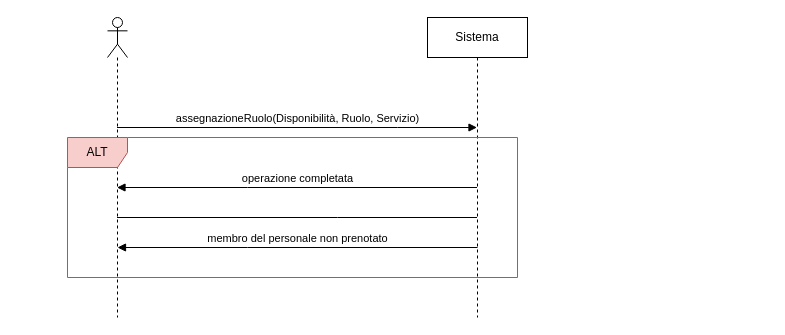
Earlier version of the draw.io diagram Requisiti/SSD/SSD_Estensione_6.drawio (Giacca01/CateRingProject). Source tidied: cells renumbered, new cells numbered last; positions are measured from the earlier drawing's top-left corner, leaving out a move shared by most shapes. Both pictures are drawn from the tidied source at 100%, with x=0, y=0 at pixel (67, 17).
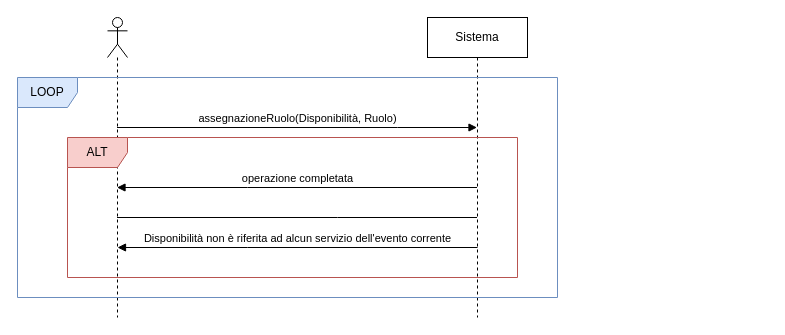
After the change.

Diff of the diagram source:
```diff
@@
 <mxGraphModel>
   <root>
     <mxCell id="0" />
     <mxCell id="1" parent="0" />
     <mxCell id="2" style="shape=umlLifeline;perimeter=lifelinePerimeter;whiteSpace=wrap;html=1;outlineConnect=0;portConstraint=eastwest;newEdgeStyle={&quot;edgeStyle&quot;:&quot;elbowEdgeStyle&quot;,&quot;elbow&quot;:&quot;vertical&quot;,&quot;curved&quot;:0,&quot;rounded&quot;:0};participant=umlActor;" parent="1" vertex="1">
       <mxGeometry x="40" width="20" height="300" as="geometry" />
     </mxCell>
     <mxCell id="3" value="Sistema" style="shape=umlLifeline;perimeter=lifelinePerimeter;whiteSpace=wrap;html=1;outlineConnect=0;portConstraint=eastwest;newEdgeStyle={&quot;edgeStyle&quot;:&quot;elbowEdgeStyle&quot;,&quot;elbow&quot;:&quot;vertical&quot;,&quot;curved&quot;:0,&quot;rounded&quot;:0};" parent="1" vertex="1">
       <mxGeometry x="360" width="100" height="300" as="geometry" />
     </mxCell>
     <mxCell id="4" value="ALT" style="shape=umlFrame;whiteSpace=wrap;html=1;fillColor=#f8cecc;strokeColor=#b85450;" parent="1" vertex="1">
       <mxGeometry y="120" width="450" height="140" as="geometry" />
     </mxCell>
-    <mxCell id="5" value="assegnazioneRuolo(Disponibilità, Ruolo, Servizio)" style="html=1;verticalAlign=bottom;endArrow=block;edgeStyle=elbowEdgeStyle;elbow=vertical;curved=0;rounded=0;" parent="1" edge="1" source="2" target="3">
+    <mxCell id="5" value="assegnazioneRuolo(Disponibilità, Ruolo)" style="html=1;verticalAlign=bottom;endArrow=block;edgeStyle=elbowEdgeStyle;elbow=vertical;curved=0;rounded=0;" parent="1" edge="1" source="2" target="3">
       <mxGeometry relative="1" as="geometry">
         <Array as="points">
           <mxPoint x="330" y="110" />
           <mxPoint x="150" y="120" />
         </Array>
       </mxGeometry>
     </mxCell>
     <mxCell id="6" style="endArrow=none;endFill=0;endSize=12;html=1;rounded=0;" parent="1" edge="1" source="2" target="3">
       <mxGeometry relative="1" as="geometry">
         <Array as="points">
           <mxPoint x="270" y="200" />
         </Array>
       </mxGeometry>
     </mxCell>
     <mxCell id="7" value="operazione completata" style="html=1;verticalAlign=bottom;endArrow=block;edgeStyle=elbowEdgeStyle;elbow=vertical;curved=0;rounded=0;" parent="1" edge="1" source="3" target="2">
       <mxGeometry relative="1" as="geometry">
         <Array as="points">
           <mxPoint x="180" y="170" />
         </Array>
       </mxGeometry>
     </mxCell>
-    <mxCell id="8" value="membro del personale non prenotato" style="html=1;verticalAlign=bottom;endArrow=block;edgeStyle=elbowEdgeStyle;elbow=vertical;curved=0;rounded=0;" parent="1" edge="1">
+    <mxCell id="8" value="Disponibilità non è riferita ad alcun servizio dell'evento corrente" style="html=1;verticalAlign=bottom;endArrow=block;edgeStyle=elbowEdgeStyle;elbow=vertical;curved=0;rounded=0;" parent="1" edge="1">
       <mxGeometry relative="1" as="geometry">
         <mxPoint x="410" y="230" as="sourcePoint" />
         <mxPoint x="50" y="230" as="targetPoint" />
         <Array as="points">
           <mxPoint x="180" y="230" />
         </Array>
       </mxGeometry>
     </mxCell>
+    <mxCell id="9" style="group;" parent="1" vertex="1">
+      <mxGeometry x="-50" y="60" width="750" height="220" as="geometry" />
+    </mxCell>
+    <mxCell id="10" value="LOOP" style="shape=umlFrame;whiteSpace=wrap;html=1;fillColor=#dae8fc;strokeColor=#6c8ebf;" parent="9" vertex="1">
+      <mxGeometry width="540" height="220" as="geometry" />
+    </mxCell>
   </root>
 </mxGraphModel>
```
